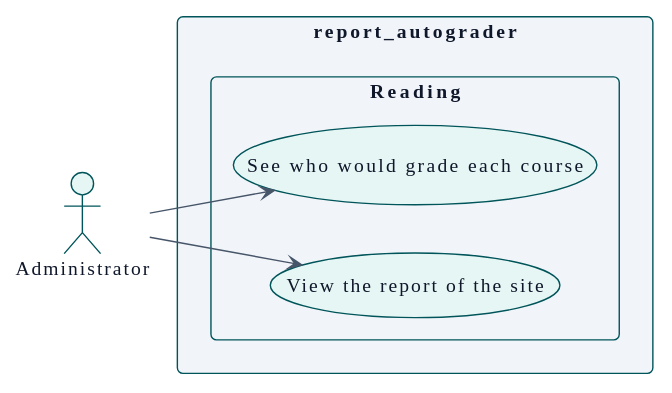
Above: docs/es/technical/requirements/use-cases-administrator.svg in didactika/moodle-report_autograder (PlantUML), before the change.
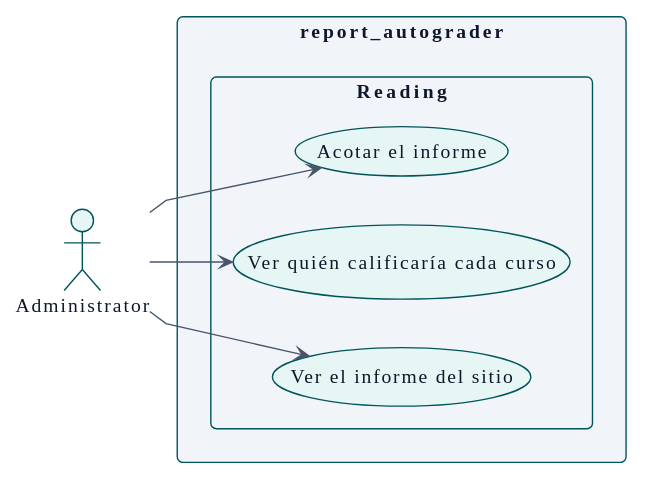
After the change.

Change to the diagram source:
```diff
@@ -110,11 +110,13 @@
 
 rectangle "report_autograder" {
   package "Reading" {
-    usecase "View the report of the site" as UC_viewSiteReport
-    usecase "See who would grade each course" as UC_viewGraders
+    usecase "Ver el informe del sitio" as UC_viewSiteReport
+    usecase "Ver quién calificaría cada curso" as UC_viewGraders
+    usecase "Acotar el informe" as UC_narrowReport
   }
 }
 
 A_Administrator --> UC_viewSiteReport
 A_Administrator --> UC_viewGraders
+A_Administrator --> UC_narrowReport
 @enduml
```
